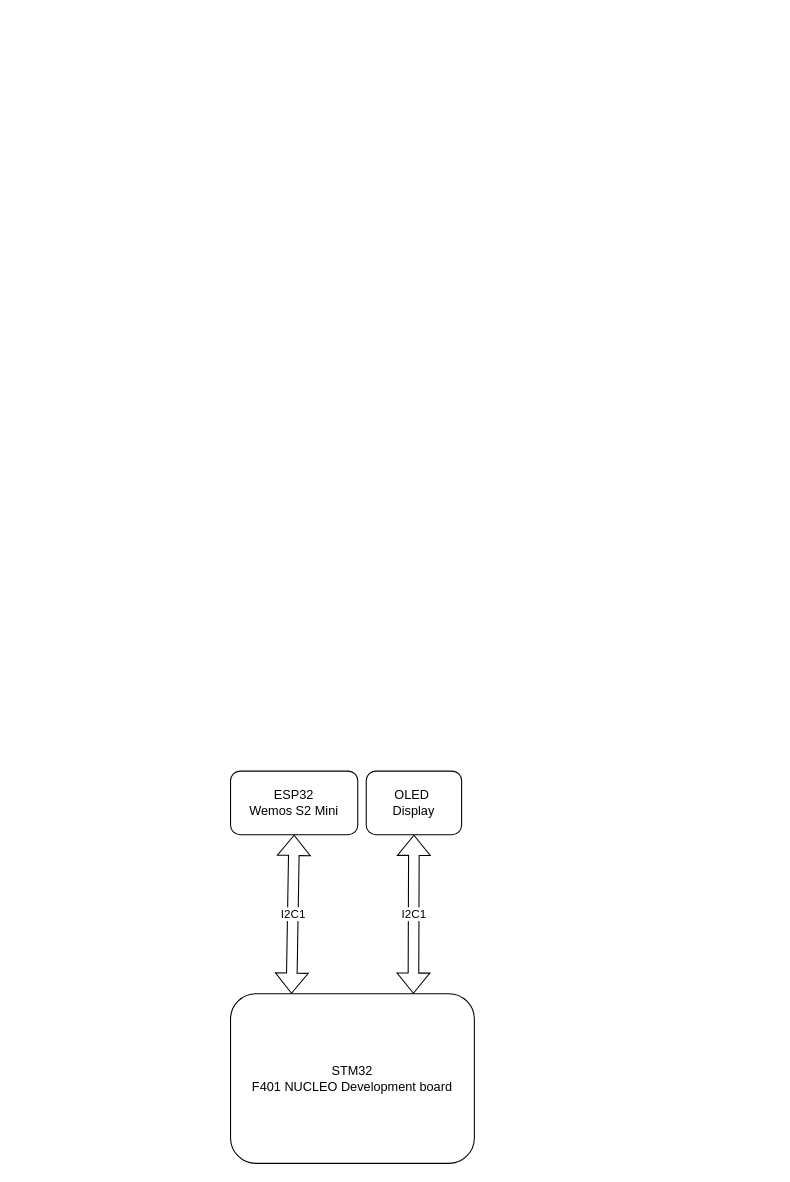
Earlier version of the draw.io diagram Assets/Diagramma senza titolo.drawio (castagnoemanuele/STM32-smart-alarm). Source tidied: cells renumbered, new cells numbered last; positions are measured from the earlier drawing's top-left corner, leaving out a move shared by most shapes. Both pictures are drawn from the tidied source at 106%, with x=0, y=0 at pixel (230, 771).
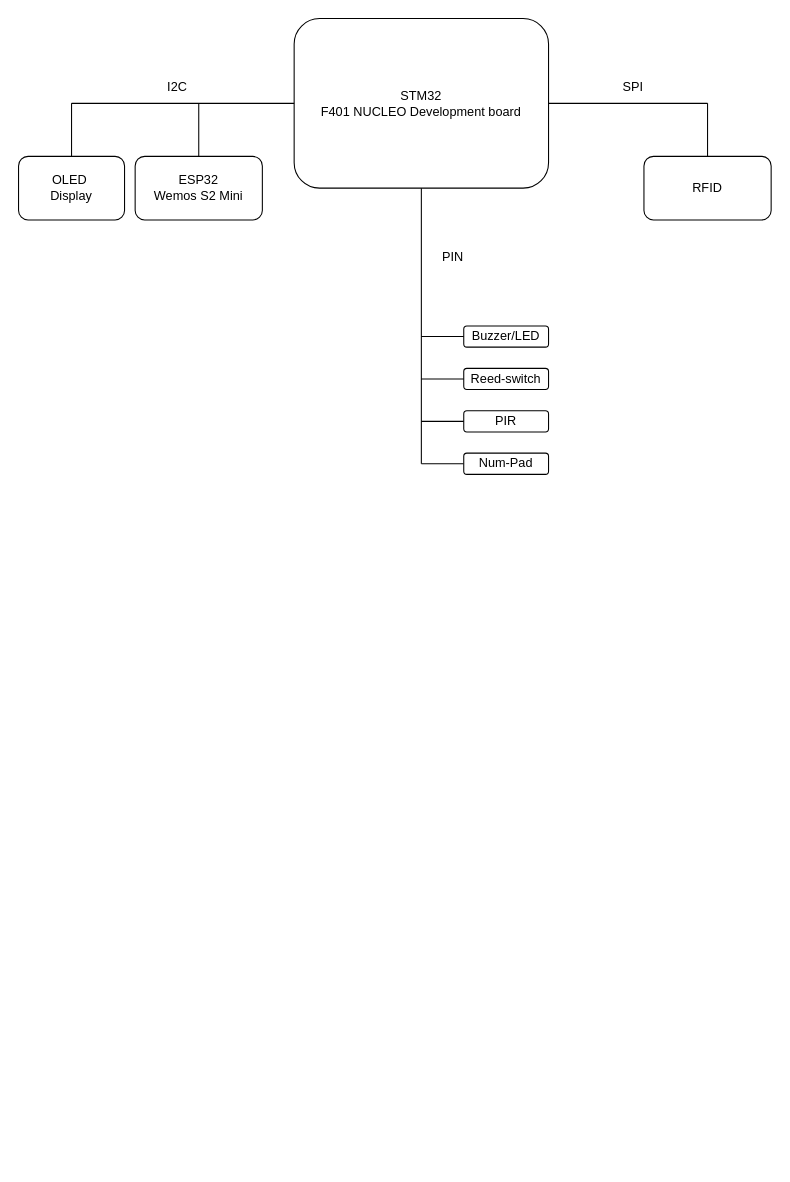
The same diagram, later.

The edit, as a diff of the source:
```diff
@@
     <mxCell id="2" value="STM32&lt;div&gt;F401 NUCLEO Development board&lt;/div&gt;" style="rounded=1;whiteSpace=wrap;html=1;" parent="1" vertex="1">
-      <mxGeometry y="210" width="230" height="160" as="geometry" />
+      <mxGeometry x="60" y="-710" width="240" height="160" as="geometry" />
     </mxCell>
     <mxCell id="3" value="ESP32&lt;div&gt;Wemos S2 Mini&lt;/div&gt;" style="rounded=1;whiteSpace=wrap;html=1;" parent="1" vertex="1">
-      <mxGeometry width="120" height="60" as="geometry" />
+      <mxGeometry x="-90" y="-580" width="120" height="60" as="geometry" />
     </mxCell>
-    <mxCell id="4" value="I2C1" style="shape=flexArrow;endArrow=classic;startArrow=classic;html=1;rounded=0;entryX=0.5;entryY=1;entryDx=0;entryDy=0;exitX=0.25;exitY=0;exitDx=0;exitDy=0;" parent="1" edge="1" source="2" target="3">
-      <mxGeometry relative="1" as="geometry" />
-    </mxCell>
-    <mxCell id="5" value="I2C1" style="shape=flexArrow;endArrow=classic;startArrow=classic;html=1;rounded=0;entryX=0.5;entryY=1;entryDx=0;entryDy=0;exitX=0.75;exitY=0;exitDx=0;exitDy=0;" parent="1" edge="1" source="2" target="6">
-      <mxGeometry relative="1" as="geometry" />
-    </mxCell>
     <mxCell id="6" value="OLED&amp;nbsp;&lt;div&gt;Display&lt;/div&gt;" style="rounded=1;whiteSpace=wrap;html=1;" parent="1" vertex="1">
-      <mxGeometry x="128" width="90" height="60" as="geometry" />
+      <mxGeometry x="-200" y="-580" width="100" height="60" as="geometry" />
     </mxCell>
+    <mxCell id="7" style="endArrow=none;html=1;rounded=0;exitX=0;exitY=0.5;exitDx=0;exitDy=0;" parent="1" edge="1" source="2">
+      <mxGeometry relative="1" as="geometry">
+        <mxPoint x="-150" y="-630" as="targetPoint" />
+      </mxGeometry>
+    </mxCell>
+    <mxCell id="8" style="endArrow=none;html=1;rounded=0;entryX=0.5;entryY=0;entryDx=0;entryDy=0;" parent="1" edge="1" target="6">
+      <mxGeometry relative="1" as="geometry">
+        <mxPoint x="-150" y="-630" as="sourcePoint" />
+      </mxGeometry>
+    </mxCell>
+    <mxCell id="9" style="endArrow=none;html=1;rounded=0;entryX=0.5;entryY=0;entryDx=0;entryDy=0;fontSize=11;" parent="1" edge="1" target="3">
+      <mxGeometry relative="1" as="geometry">
+        <mxPoint x="-30" y="-630" as="sourcePoint" />
+      </mxGeometry>
+    </mxCell>
+    <mxCell id="10" value="SPI" style="text;html=1;align=center;verticalAlign=middle;whiteSpace=wrap;rounded=0;" parent="1" vertex="1">
+      <mxGeometry x="350" y="-660" width="60" height="30" as="geometry" />
+    </mxCell>
+    <mxCell id="11" value="I2C" style="text;html=1;align=center;verticalAlign=middle;whiteSpace=wrap;rounded=0;" parent="1" vertex="1">
+      <mxGeometry x="-80" y="-660" width="60" height="30" as="geometry" />
+    </mxCell>
+    <mxCell id="12" value="RFID" style="rounded=1;whiteSpace=wrap;html=1;" parent="1" vertex="1">
+      <mxGeometry x="390" y="-580" width="120" height="60" as="geometry" />
+    </mxCell>
+    <mxCell id="13" style="endArrow=none;html=1;rounded=0;exitX=1;exitY=0.5;exitDx=0;exitDy=0;" parent="1" edge="1" source="2">
+      <mxGeometry relative="1" as="geometry">
+        <mxPoint x="450" y="-630" as="targetPoint" />
+      </mxGeometry>
+    </mxCell>
+    <mxCell id="14" style="endArrow=none;html=1;rounded=0;exitX=0.5;exitY=0;exitDx=0;exitDy=0;" parent="1" edge="1" source="12">
+      <mxGeometry relative="1" as="geometry">
+        <mxPoint x="450" y="-630" as="targetPoint" />
+      </mxGeometry>
+    </mxCell>
+    <mxCell id="15" style="endArrow=none;html=1;rounded=0;entryX=0.5;entryY=1;entryDx=0;entryDy=0;" parent="1" edge="1" target="2">
+      <mxGeometry relative="1" as="geometry">
+        <mxPoint x="180" y="-290" as="sourcePoint" />
+      </mxGeometry>
+    </mxCell>
+    <mxCell id="16" style="endArrow=none;html=1;rounded=0;" parent="1" edge="1">
+      <mxGeometry relative="1" as="geometry">
+        <mxPoint x="180" y="-290" as="sourcePoint" />
+        <mxPoint x="220" y="-290" as="targetPoint" />
+      </mxGeometry>
+    </mxCell>
+    <mxCell id="17" value="Num-Pad" style="rounded=1;whiteSpace=wrap;html=1;" parent="1" vertex="1">
+      <mxGeometry x="220" y="-300" width="80" height="20" as="geometry" />
+    </mxCell>
+    <mxCell id="18" value="PIR" style="rounded=1;whiteSpace=wrap;html=1;" parent="1" vertex="1">
+      <mxGeometry x="220" y="-340" width="80" height="20" as="geometry" />
+    </mxCell>
+    <mxCell id="19" value="Reed-switch" style="rounded=1;whiteSpace=wrap;html=1;" parent="1" vertex="1">
+      <mxGeometry x="220" y="-380" width="80" height="20" as="geometry" />
+    </mxCell>
+    <mxCell id="20" value="Buzzer/LED" style="rounded=1;whiteSpace=wrap;html=1;" parent="1" vertex="1">
+      <mxGeometry x="220" y="-420" width="80" height="20" as="geometry" />
+    </mxCell>
+    <mxCell id="21" style="endArrow=none;html=1;rounded=0;entryX=0;entryY=0.5;entryDx=0;entryDy=0;" parent="1" edge="1" target="20">
+      <mxGeometry relative="1" as="geometry">
+        <mxPoint x="180" y="-410" as="sourcePoint" />
+      </mxGeometry>
+    </mxCell>
+    <mxCell id="22" style="endArrow=none;html=1;rounded=0;entryX=0;entryY=0.5;entryDx=0;entryDy=0;" parent="1" edge="1" target="19">
+      <mxGeometry relative="1" as="geometry">
+        <mxPoint x="180" y="-370" as="sourcePoint" />
+      </mxGeometry>
+    </mxCell>
+    <mxCell id="23" style="endArrow=none;html=1;rounded=0;entryX=0;entryY=0.5;entryDx=0;entryDy=0;" parent="1" edge="1" target="18">
+      <mxGeometry relative="1" as="geometry">
+        <mxPoint x="180" y="-330" as="sourcePoint" />
+      </mxGeometry>
+    </mxCell>
+    <mxCell id="24" value="PIN" style="text;html=1;align=center;verticalAlign=middle;whiteSpace=wrap;rounded=0;" parent="1" vertex="1">
+      <mxGeometry x="180" y="-500" width="60" height="30" as="geometry" />
+    </mxCell>
```
